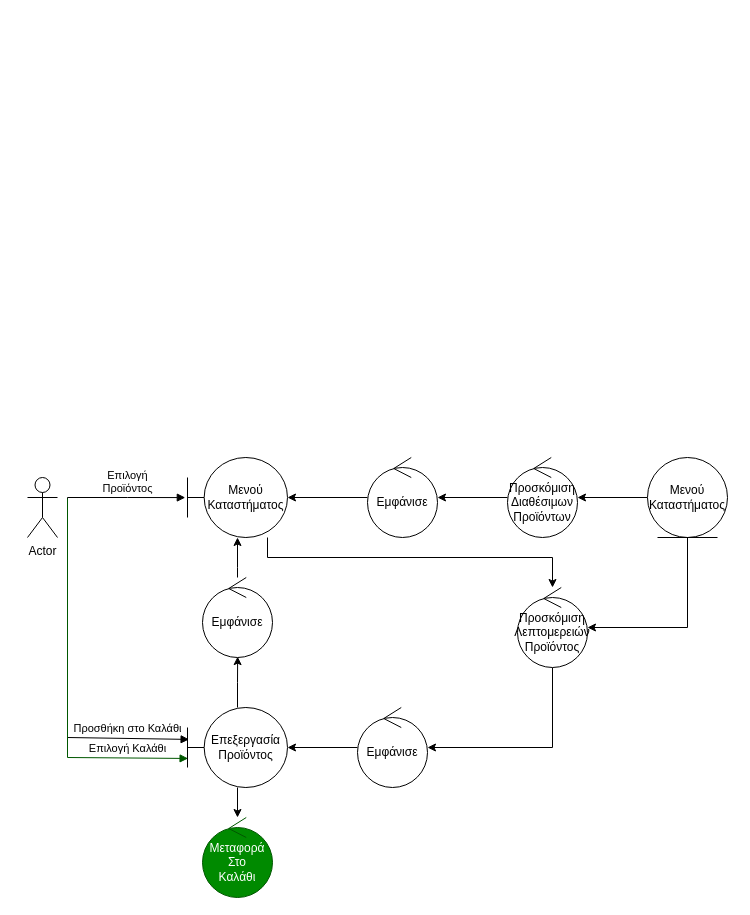
This is docs/contributions/itsikelis/Phase 3/Robustness Diagrams v0.1/user-order.drawio from iloudaros/nomnomr, a draw.io file, before an edit. Source tidied: cells renumbered, new cells numbered last; positions are measured from the earlier drawing's top-left corner, leaving out a move shared by most shapes. Both pictures are drawn from the tidied source at 100%, with x=0, y=0 at pixel (27, 457).
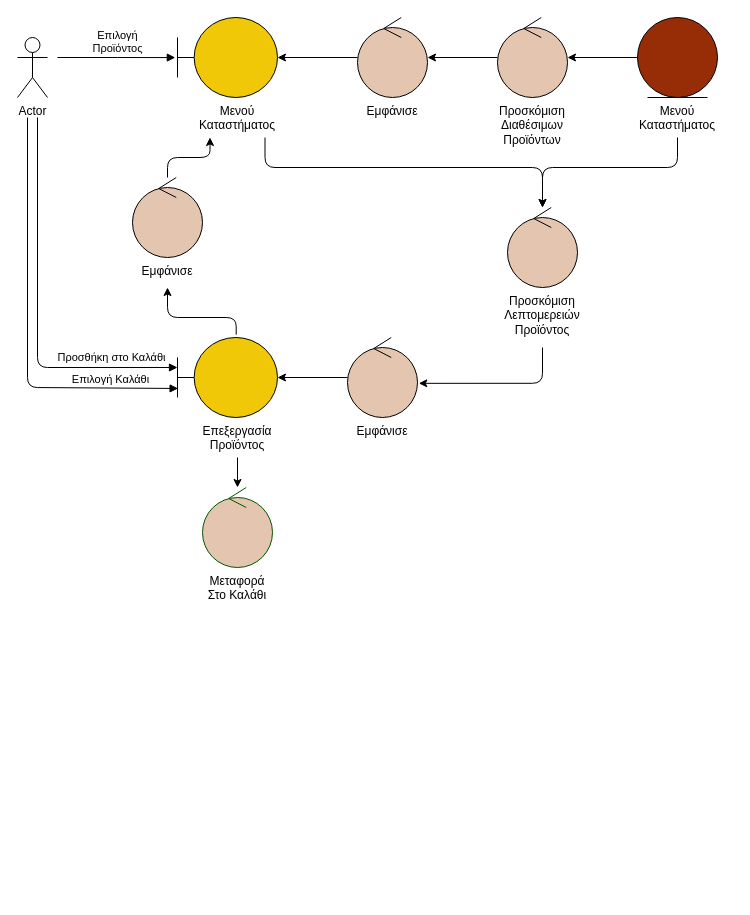
The same diagram, later.

The edit, as a diff of the source:
```diff
@@
-    <mxCell id="3" value="Εμφάνισε" style="ellipse;shape=umlControl;whiteSpace=wrap;html=1;" parent="1" vertex="1">
-      <mxGeometry x="340" width="70" height="80" as="geometry" />
+    <mxCell id="3" style="ellipse;shape=umlControl;whiteSpace=wrap;html=1;fillColor=#E4C5AF;" parent="1" vertex="1">
+      <mxGeometry x="330" y="-440" width="70" height="80" as="geometry" />
     </mxCell>
-    <mxCell id="4" style="edgeStyle=orthogonalEdgeStyle;rounded=0;jettySize=auto;html=1;" parent="1" edge="1" source="5" target="16">
+    <mxCell id="4" style="edgeStyle=orthogonalEdgeStyle;rounded=1;jettySize=auto;html=1;exitX=0.75;exitY=1;exitDx=0;exitDy=0;" parent="1" edge="1" source="28" target="16">
       <mxGeometry relative="1" as="geometry">
         <Array as="points">
-          <mxPoint x="240" y="100" />
-          <mxPoint x="525" y="100" />
+          <mxPoint x="238" y="-290" />
+          <mxPoint x="515" y="-290" />
         </Array>
       </mxGeometry>
     </mxCell>
-    <mxCell id="5" value="Μενού&lt;br&gt;Καταστήματος" style="shape=umlBoundary;whiteSpace=wrap;html=1;" parent="1" vertex="1">
-      <mxGeometry x="160" width="100" height="80" as="geometry" />
+    <mxCell id="5" style="shape=umlBoundary;whiteSpace=wrap;html=1;fillColor=#F0C808;" parent="1" vertex="1">
+      <mxGeometry x="150" y="-440" width="100" height="80" as="geometry" />
     </mxCell>
-    <mxCell id="6" value="Επιλογή &lt;br&gt;Προϊόντος" style="html=1;verticalAlign=bottom;endArrow=block;rounded=0;entryX=-0.022;entryY=0.501;entryDx=0;entryDy=0;entryPerimeter=0;" parent="1" edge="1" target="5">
+    <mxCell id="6" value="Επιλογή &lt;br&gt;Προϊόντος" style="html=1;verticalAlign=bottom;endArrow=block;rounded=0;entryX=-0.022;entryY=0.501;entryDx=0;entryDy=0;entryPerimeter=0;labelBackgroundColor=none;" parent="1" edge="1" target="5">
       <mxGeometry x="0.02" relative="1" as="geometry">
-        <mxPoint x="40" y="40" as="sourcePoint" />
+        <mxPoint x="30" y="-400" as="sourcePoint" />
         <Array as="points">
-          <mxPoint x="40" y="40" />
-          <mxPoint x="100" y="40" />
+          <mxPoint x="30" y="-400" />
+          <mxPoint x="90" y="-400" />
         </Array>
       </mxGeometry>
     </mxCell>
@@
-    <mxCell id="8" value="Προσκόμιση&lt;br&gt;Διαθέσιμων&lt;br&gt;Προϊόντων" style="ellipse;shape=umlControl;whiteSpace=wrap;html=1;" parent="1" vertex="1">
-      <mxGeometry x="480" width="70" height="80" as="geometry" />
+    <mxCell id="8" style="ellipse;shape=umlControl;whiteSpace=wrap;html=1;fillColor=#E4C5AF;" parent="1" vertex="1">
+      <mxGeometry x="470" y="-440" width="70" height="80" as="geometry" />
     </mxCell>
-    <mxCell id="9" style="edgeStyle=orthogonalEdgeStyle;rounded=0;jettySize=auto;html=1;entryX=0.502;entryY=0.989;entryDx=0;entryDy=0;entryPerimeter=0;" parent="1" edge="1" source="11" target="21">
-      <mxGeometry relative="1" as="geometry" />
+    <mxCell id="9" style="edgeStyle=orthogonalEdgeStyle;rounded=1;jettySize=auto;html=1;entryX=0.5;entryY=1;entryDx=0;entryDy=0;exitX=0.587;exitY=-0.036;exitDx=0;exitDy=0;exitPerimeter=0;" parent="1" edge="1" source="11" target="32">
+      <mxGeometry relative="1" as="geometry">
+        <Array as="points">
+          <mxPoint x="209" y="-140" />
+          <mxPoint x="140" y="-140" />
+        </Array>
+      </mxGeometry>
     </mxCell>
-    <mxCell id="10" style="edgeStyle=orthogonalEdgeStyle;rounded=0;jettySize=auto;html=1;" parent="1" edge="1" source="11" target="23">
+    <mxCell id="10" style="edgeStyle=orthogonalEdgeStyle;rounded=0;jettySize=auto;html=1;exitX=0.5;exitY=1;exitDx=0;exitDy=0;" parent="1" edge="1" source="31" target="23">
       <mxGeometry relative="1" as="geometry" />
     </mxCell>
-    <mxCell id="11" value="Επεξεργασία&lt;br&gt;Προϊόντος" style="shape=umlBoundary;whiteSpace=wrap;html=1;" parent="1" vertex="1">
-      <mxGeometry x="160" y="250" width="100" height="80" as="geometry" />
+    <mxCell id="11" style="shape=umlBoundary;whiteSpace=wrap;html=1;fillColor=#F0C808;" parent="1" vertex="1">
+      <mxGeometry x="150" y="-120" width="100" height="80" as="geometry" />
     </mxCell>
@@
-    <mxCell id="13" style="edgeStyle=orthogonalEdgeStyle;rounded=0;jettySize=auto;html=1;" parent="1" edge="1" source="14" target="16">
+    <mxCell id="13" style="edgeStyle=orthogonalEdgeStyle;rounded=1;jettySize=auto;html=1;exitX=0.5;exitY=1;exitDx=0;exitDy=0;" parent="1" edge="1" source="27" target="16">
       <mxGeometry relative="1" as="geometry">
         <Array as="points">
-          <mxPoint x="660" y="170" />
+          <mxPoint x="650" y="-290" />
+          <mxPoint x="515" y="-290" />
         </Array>
       </mxGeometry>
     </mxCell>
-    <mxCell id="14" value="Μενού&lt;br&gt;Καταστήματος" style="ellipse;shape=umlEntity;whiteSpace=wrap;html=1;" parent="1" vertex="1">
-      <mxGeometry x="620" width="80" height="80" as="geometry" />
+    <mxCell id="14" style="ellipse;shape=umlEntity;whiteSpace=wrap;html=1;fillColor=#972D07;" parent="1" vertex="1">
+      <mxGeometry x="610" y="-440" width="80" height="80" as="geometry" />
     </mxCell>
-    <mxCell id="15" style="edgeStyle=orthogonalEdgeStyle;rounded=0;jettySize=auto;html=1;" parent="1" edge="1" source="16" target="18">
+    <mxCell id="15" style="edgeStyle=orthogonalEdgeStyle;rounded=1;jettySize=auto;html=1;exitX=0.5;exitY=1;exitDx=0;exitDy=0;entryX=1.019;entryY=0.573;entryDx=0;entryDy=0;entryPerimeter=0;" parent="1" edge="1" source="29" target="18">
       <mxGeometry relative="1" as="geometry">
         <Array as="points">
-          <mxPoint x="525" y="290" />
+          <mxPoint x="515" y="-74" />
         </Array>
       </mxGeometry>
     </mxCell>
-    <mxCell id="16" value="Προσκόμιση&lt;br&gt;Λεπτομερειών&lt;br&gt;Προϊόντος" style="ellipse;shape=umlControl;whiteSpace=wrap;html=1;" parent="1" vertex="1">
-      <mxGeometry x="490" y="130" width="70" height="80" as="geometry" />
+    <mxCell id="16" style="ellipse;shape=umlControl;whiteSpace=wrap;html=1;fillColor=#E4C5AF;" parent="1" vertex="1">
+      <mxGeometry x="480" y="-250" width="70" height="80" as="geometry" />
     </mxCell>
@@
-    <mxCell id="18" value="Εμφάνισε" style="ellipse;shape=umlControl;whiteSpace=wrap;html=1;" parent="1" vertex="1">
-      <mxGeometry x="330" y="250" width="70" height="80" as="geometry" />
+    <mxCell id="18" style="ellipse;shape=umlControl;whiteSpace=wrap;html=1;fillColor=#E4C5AF;" parent="1" vertex="1">
+      <mxGeometry x="320" y="-120" width="70" height="80" as="geometry" />
     </mxCell>
-    <mxCell id="19" value="Προσθήκη στο Καλάθι" style="html=1;verticalAlign=bottom;endArrow=block;rounded=0;entryX=0.016;entryY=0.399;entryDx=0;entryDy=0;entryPerimeter=0;" parent="1" edge="1" target="11">
+    <mxCell id="19" value="Προσθήκη στο Καλάθι" style="html=1;verticalAlign=bottom;endArrow=block;rounded=1;entryX=0;entryY=0.375;entryDx=0;entryDy=0;entryPerimeter=0;align=center;labelBackgroundColor=none;" parent="1" edge="1" target="11">
       <mxGeometry x="0.66" y="1" relative="1" as="geometry">
-        <mxPoint x="40" y="40" as="sourcePoint" />
+        <mxPoint x="10" y="-340" as="sourcePoint" />
         <Array as="points">
-          <mxPoint x="40" y="280" />
+          <mxPoint x="10" y="-90" />
         </Array>
       </mxGeometry>
     </mxCell>
-    <mxCell id="20" style="edgeStyle=orthogonalEdgeStyle;rounded=0;jettySize=auto;html=1;" parent="1" edge="1" source="21" target="5">
-      <mxGeometry relative="1" as="geometry">
-        <Array as="points">
-          <mxPoint x="210" y="110" />
-          <mxPoint x="210" y="110" />
-        </Array>
-      </mxGeometry>
+    <mxCell id="20" style="edgeStyle=orthogonalEdgeStyle;rounded=1;jettySize=auto;html=1;entryX=0.25;entryY=1;entryDx=0;entryDy=0;" parent="1" edge="1" source="21" target="28">
+      <mxGeometry relative="1" as="geometry" />
     </mxCell>
-    <mxCell id="21" value="Εμφάνισε" style="ellipse;shape=umlControl;whiteSpace=wrap;html=1;" parent="1" vertex="1">
-      <mxGeometry x="175" y="120" width="70" height="80" as="geometry" />
+    <mxCell id="21" style="ellipse;shape=umlControl;whiteSpace=wrap;html=1;fillColor=#E4C5AF;" parent="1" vertex="1">
+      <mxGeometry x="105" y="-280" width="70" height="80" as="geometry" />
     </mxCell>
-    <mxCell id="22" value="Επιλογή Καλάθι" style="html=1;verticalAlign=bottom;endArrow=block;rounded=0;fillColor=#008a00;strokeColor=#005700;entryX=0.006;entryY=0.637;entryDx=0;entryDy=0;entryPerimeter=0;" parent="1" edge="1" target="11">
+    <mxCell id="22" value="Επιλογή Καλάθι" style="html=1;verticalAlign=bottom;endArrow=block;rounded=1;fillColor=#008a00;strokeColor=#000000;entryX=0.006;entryY=0.637;entryDx=0;entryDy=0;entryPerimeter=0;align=center;labelBackgroundColor=none;" parent="1" edge="1" target="11">
       <mxGeometry x="0.68" relative="1" as="geometry">
-        <mxPoint x="40" y="41" as="sourcePoint" />
+        <mxPoint y="-340" as="sourcePoint" />
         <Array as="points">
-          <mxPoint x="40" y="300" />
+          <mxPoint y="-70" />
         </Array>
       </mxGeometry>
     </mxCell>
-    <mxCell id="23" value="Μεταφορά&lt;br&gt;Στο&lt;br&gt;Καλάθι" style="ellipse;shape=umlControl;whiteSpace=wrap;html=1;fillColor=#008a00;fontColor=#ffffff;strokeColor=#005700;" parent="1" vertex="1">
-      <mxGeometry x="175" y="360" width="70" height="80" as="geometry" />
+    <mxCell id="23" style="ellipse;shape=umlControl;whiteSpace=wrap;html=1;fillColor=#E4C5AF;fontColor=#ffffff;strokeColor=#005700;" parent="1" vertex="1">
+      <mxGeometry x="175" y="30" width="70" height="80" as="geometry" />
     </mxCell>
     <mxCell id="24" value="Actor" style="shape=umlActor;verticalLabelPosition=bottom;verticalAlign=top;html=1;" parent="1" vertex="1">
-      <mxGeometry y="20" width="30" height="60" as="geometry" />
+      <mxGeometry x="-10" y="-420" width="30" height="60" as="geometry" />
     </mxCell>
+    <mxCell id="25" value="&lt;span style=&quot;color: rgb(0, 0, 0); font-family: helvetica; font-size: 12px; font-style: normal; font-weight: 400; letter-spacing: normal; text-indent: 0px; text-transform: none; word-spacing: 0px; display: inline; float: none;&quot;&gt;Προσκόμιση&lt;/span&gt;&lt;br style=&quot;color: rgb(0, 0, 0); font-family: helvetica; font-size: 12px; font-style: normal; font-weight: 400; letter-spacing: normal; text-indent: 0px; text-transform: none; word-spacing: 0px;&quot;&gt;&lt;span style=&quot;color: rgb(0, 0, 0); font-family: helvetica; font-size: 12px; font-style: normal; font-weight: 400; letter-spacing: normal; text-indent: 0px; text-transform: none; word-spacing: 0px; display: inline; float: none;&quot;&gt;Διαθέσιμων&lt;/span&gt;&lt;br style=&quot;color: rgb(0, 0, 0); font-family: helvetica; font-size: 12px; font-style: normal; font-weight: 400; letter-spacing: normal; text-indent: 0px; text-transform: none; word-spacing: 0px;&quot;&gt;&lt;span style=&quot;color: rgb(0, 0, 0); font-family: helvetica; font-size: 12px; font-style: normal; font-weight: 400; letter-spacing: normal; text-indent: 0px; text-transform: none; word-spacing: 0px; display: inline; float: none;&quot;&gt;Προϊόντων&lt;/span&gt;" style="text;whiteSpace=wrap;html=1;align=center;labelBackgroundColor=none;" parent="1" vertex="1">
+      <mxGeometry x="455" y="-360" width="100" height="60" as="geometry" />
+    </mxCell>
+    <mxCell id="26" value="&lt;span style=&quot;color: rgb(0, 0, 0); font-family: helvetica; font-size: 12px; font-style: normal; font-weight: 400; letter-spacing: normal; text-indent: 0px; text-transform: none; word-spacing: 0px; display: inline; float: none;&quot;&gt;Εμφάνισε&lt;/span&gt;" style="text;whiteSpace=wrap;html=1;align=center;labelBackgroundColor=none;" parent="1" vertex="1">
+      <mxGeometry x="325" y="-360" width="80" height="30" as="geometry" />
+    </mxCell>
+    <mxCell id="27" value="&lt;span style=&quot;color: rgb(0, 0, 0); font-family: helvetica; font-size: 12px; font-style: normal; font-weight: 400; letter-spacing: normal; text-indent: 0px; text-transform: none; word-spacing: 0px; display: inline; float: none;&quot;&gt;Μενού&lt;/span&gt;&lt;br style=&quot;color: rgb(0, 0, 0); font-family: helvetica; font-size: 12px; font-style: normal; font-weight: 400; letter-spacing: normal; text-indent: 0px; text-transform: none; word-spacing: 0px;&quot;&gt;&lt;span style=&quot;color: rgb(0, 0, 0); font-family: helvetica; font-size: 12px; font-style: normal; font-weight: 400; letter-spacing: normal; text-indent: 0px; text-transform: none; word-spacing: 0px; display: inline; float: none;&quot;&gt;Καταστήματος&lt;/span&gt;" style="text;whiteSpace=wrap;html=1;align=center;labelBackgroundColor=none;" parent="1" vertex="1">
+      <mxGeometry x="595" y="-360" width="110" height="40" as="geometry" />
+    </mxCell>
+    <mxCell id="28" value="&lt;span style=&quot;color: rgb(0, 0, 0); font-family: helvetica; font-size: 12px; font-style: normal; font-weight: 400; letter-spacing: normal; text-indent: 0px; text-transform: none; word-spacing: 0px; display: inline; float: none;&quot;&gt;Μενού&lt;/span&gt;&lt;br style=&quot;color: rgb(0, 0, 0); font-family: helvetica; font-size: 12px; font-style: normal; font-weight: 400; letter-spacing: normal; text-indent: 0px; text-transform: none; word-spacing: 0px;&quot;&gt;&lt;span style=&quot;color: rgb(0, 0, 0); font-family: helvetica; font-size: 12px; font-style: normal; font-weight: 400; letter-spacing: normal; text-indent: 0px; text-transform: none; word-spacing: 0px; display: inline; float: none;&quot;&gt;Καταστήματος&lt;/span&gt;" style="text;whiteSpace=wrap;html=1;align=center;labelBackgroundColor=none;" parent="1" vertex="1">
+      <mxGeometry x="155" y="-360" width="110" height="40" as="geometry" />
+    </mxCell>
+    <mxCell id="29" value="&lt;span style=&quot;color: rgb(0, 0, 0); font-family: helvetica; font-size: 12px; font-style: normal; font-weight: 400; letter-spacing: normal; text-indent: 0px; text-transform: none; word-spacing: 0px; display: inline; float: none;&quot;&gt;Προσκόμιση&lt;/span&gt;&lt;br style=&quot;color: rgb(0, 0, 0); font-family: helvetica; font-size: 12px; font-style: normal; font-weight: 400; letter-spacing: normal; text-indent: 0px; text-transform: none; word-spacing: 0px;&quot;&gt;&lt;span style=&quot;color: rgb(0, 0, 0); font-family: helvetica; font-size: 12px; font-style: normal; font-weight: 400; letter-spacing: normal; text-indent: 0px; text-transform: none; word-spacing: 0px; display: inline; float: none;&quot;&gt;Λεπτομερειών&lt;/span&gt;&lt;br style=&quot;color: rgb(0, 0, 0); font-family: helvetica; font-size: 12px; font-style: normal; font-weight: 400; letter-spacing: normal; text-indent: 0px; text-transform: none; word-spacing: 0px;&quot;&gt;&lt;span style=&quot;color: rgb(0, 0, 0); font-family: helvetica; font-size: 12px; font-style: normal; font-weight: 400; letter-spacing: normal; text-indent: 0px; text-transform: none; word-spacing: 0px; display: inline; float: none;&quot;&gt;Προϊόντος&lt;/span&gt;" style="text;whiteSpace=wrap;html=1;align=center;labelBackgroundColor=none;" parent="1" vertex="1">
+      <mxGeometry x="460" y="-170" width="110" height="60" as="geometry" />
+    </mxCell>
+    <mxCell id="30" value="&lt;span style=&quot;color: rgb(0, 0, 0); font-family: helvetica; font-size: 12px; font-style: normal; font-weight: 400; letter-spacing: normal; text-indent: 0px; text-transform: none; word-spacing: 0px; display: inline; float: none;&quot;&gt;Εμφάνισε&lt;/span&gt;" style="text;whiteSpace=wrap;html=1;align=center;labelBackgroundColor=none;" parent="1" vertex="1">
+      <mxGeometry x="315" y="-40" width="80" height="30" as="geometry" />
+    </mxCell>
+    <mxCell id="31" value="&lt;span style=&quot;color: rgb(0, 0, 0); font-family: helvetica; font-size: 12px; font-style: normal; font-weight: 400; letter-spacing: normal; text-indent: 0px; text-transform: none; word-spacing: 0px; display: inline; float: none;&quot;&gt;Επεξεργασία&lt;/span&gt;&lt;br style=&quot;color: rgb(0, 0, 0); font-family: helvetica; font-size: 12px; font-style: normal; font-weight: 400; letter-spacing: normal; text-indent: 0px; text-transform: none; word-spacing: 0px;&quot;&gt;&lt;span style=&quot;color: rgb(0, 0, 0); font-family: helvetica; font-size: 12px; font-style: normal; font-weight: 400; letter-spacing: normal; text-indent: 0px; text-transform: none; word-spacing: 0px; display: inline; float: none;&quot;&gt;Προϊόντος&lt;/span&gt;" style="text;whiteSpace=wrap;html=1;align=center;labelBackgroundColor=none;" parent="1" vertex="1">
+      <mxGeometry x="160" y="-40" width="100" height="40" as="geometry" />
+    </mxCell>
+    <mxCell id="32" value="&lt;span style=&quot;color: rgb(0, 0, 0); font-family: helvetica; font-size: 12px; font-style: normal; font-weight: 400; letter-spacing: normal; text-indent: 0px; text-transform: none; word-spacing: 0px; display: inline; float: none;&quot;&gt;Εμφάνισε&lt;/span&gt;" style="text;whiteSpace=wrap;html=1;align=center;labelBackgroundColor=none;" parent="1" vertex="1">
+      <mxGeometry x="100" y="-200" width="80" height="30" as="geometry" />
+    </mxCell>
+    <mxCell id="33" value="&lt;span style=&quot;font-family: &amp;#34;helvetica&amp;#34; ; font-size: 12px ; font-style: normal ; font-weight: 400 ; letter-spacing: normal ; text-indent: 0px ; text-transform: none ; word-spacing: 0px ; display: inline ; float: none&quot;&gt;Μεταφορά&lt;/span&gt;&lt;br style=&quot;font-family: &amp;#34;helvetica&amp;#34; ; font-size: 12px ; font-style: normal ; font-weight: 400 ; letter-spacing: normal ; text-indent: 0px ; text-transform: none ; word-spacing: 0px&quot;&gt;&lt;span style=&quot;font-family: &amp;#34;helvetica&amp;#34; ; font-size: 12px ; font-style: normal ; font-weight: 400 ; letter-spacing: normal ; text-indent: 0px ; text-transform: none ; word-spacing: 0px ; display: inline ; float: none&quot;&gt;Στο&amp;nbsp;&lt;/span&gt;&lt;span style=&quot;font-family: &amp;#34;helvetica&amp;#34; ; font-size: 12px ; font-style: normal ; font-weight: 400 ; letter-spacing: normal ; text-indent: 0px ; text-transform: none ; word-spacing: 0px ; display: inline ; float: none&quot;&gt;Καλάθι&lt;/span&gt;" style="text;whiteSpace=wrap;html=1;fontColor=#000000;labelBackgroundColor=none;align=center;" parent="1" vertex="1">
+      <mxGeometry x="165" y="110" width="90" height="40" as="geometry" />
+    </mxCell>
```
